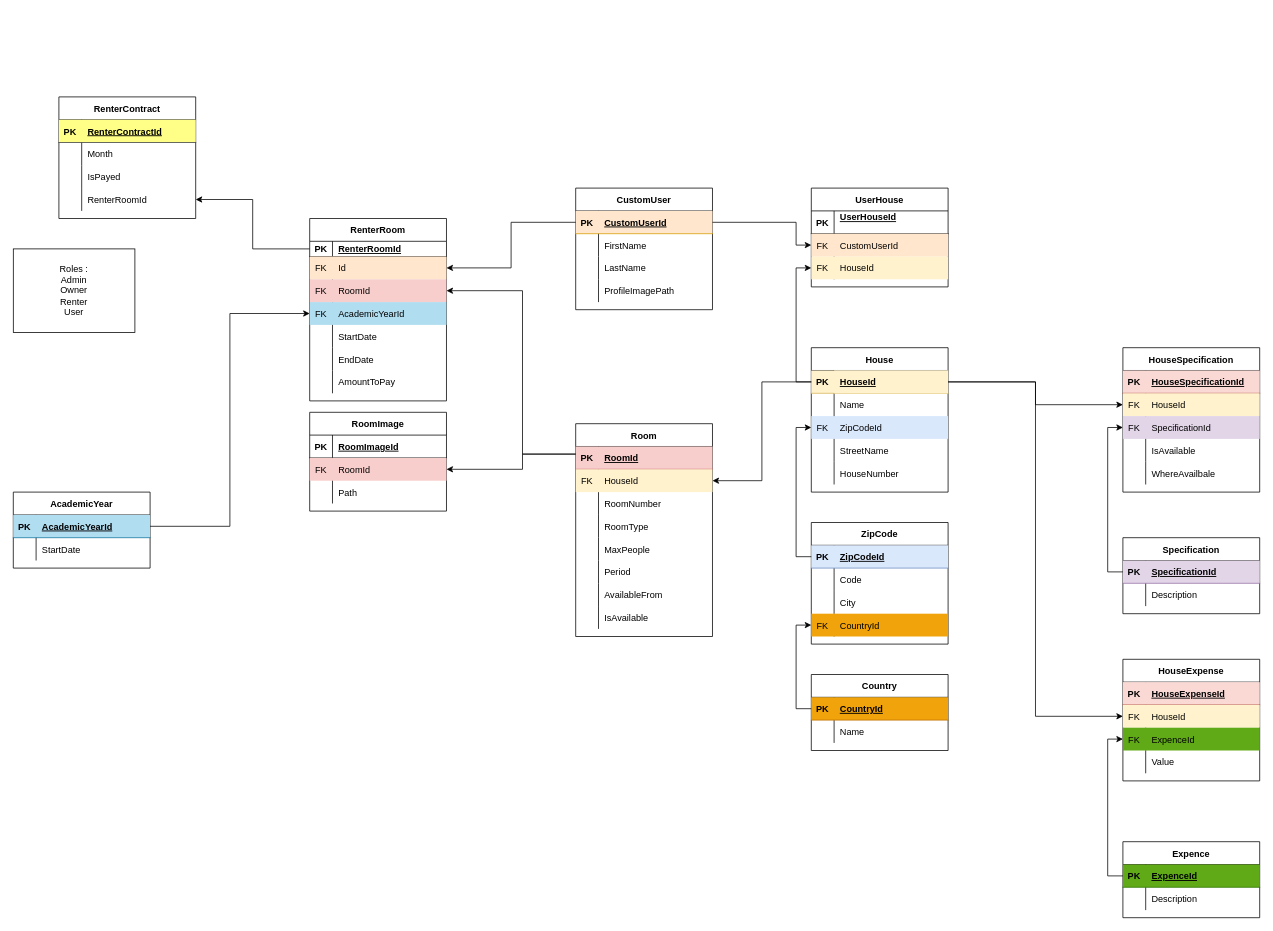
Before: skyko.drawio in Bakkar1/skykot, a draw.io diagram. Source tidied: cells renumbered, new cells numbered last; positions are measured from the earlier drawing's top-left corner, leaving out a move shared by most shapes. Both pictures are drawn from the tidied source at 76%, with x=0, y=0 at pixel (13, 97).
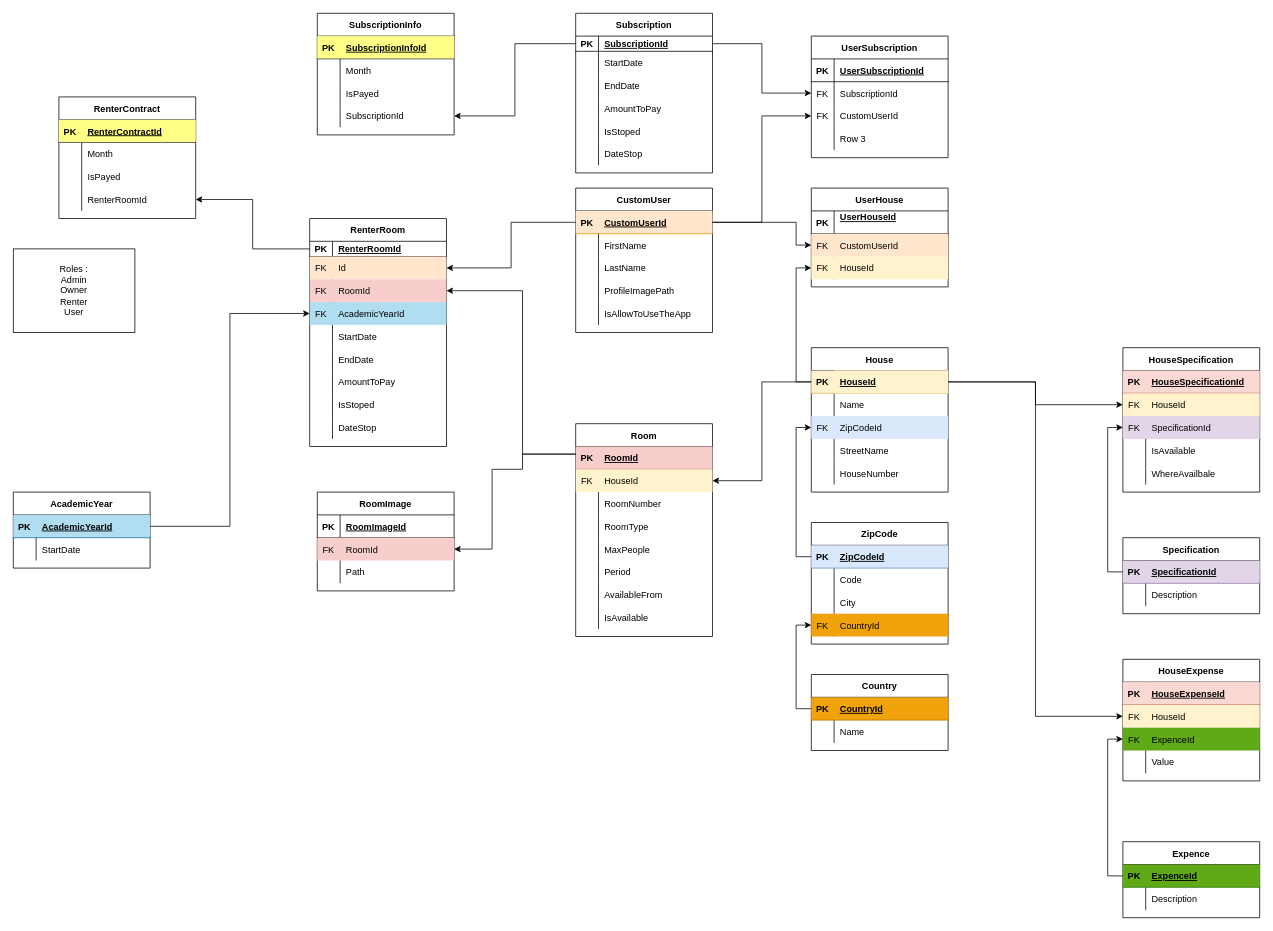
Above is the later version.

Unchanged cells that the change refers to:
```xml
<mxCell id="3" style="shape=tableRow;horizontal=0;startSize=0;swimlaneHead=0;swimlaneBody=0;fillColor=#ffe6cc;points=[[0,0.5],[1,0.5]];portConstraint=eastwest;top=0;left=0;right=0;bottom=1;strokeColor=#d79b00;" parent="2" vertex="1">
  <mxGeometry y="30" width="180" height="30" as="geometry" />
</mxCell>
<mxCell id="52" style="shape=tableRow;horizontal=0;startSize=0;swimlaneHead=0;swimlaneBody=0;fillColor=#f8cecc;points=[[0,0.5],[1,0.5]];portConstraint=eastwest;top=0;left=0;right=0;bottom=1;strokeColor=#b85450;" parent="51" vertex="1">
  <mxGeometry y="30" width="180" height="30" as="geometry" />
</mxCell>
<mxCell id="123" style="shape=tableRow;horizontal=0;startSize=0;swimlaneHead=0;swimlaneBody=0;fillColor=#f8cecc;points=[[0,0.5],[1,0.5]];portConstraint=eastwest;top=0;left=0;right=0;bottom=0;strokeColor=#b85450;" parent="119" vertex="1">
  <mxGeometry y="60" width="180" height="30" as="geometry" />
</mxCell>
```

Change to the diagram source:
```diff
@@
     <mxCell id="2" value="CustomUser" style="shape=table;startSize=30;childLayout=tableLayout;rowLines=0;fontStyle=1;align=center;" parent="1" vertex="1">
-      <mxGeometry x="740" y="120" width="180" height="160" as="geometry" />
+      <mxGeometry x="740" y="120" width="180" height="190" as="geometry" />
     </mxCell>
@@
+    <mxCell id="196" style="shape=tableRow;horizontal=0;startSize=0;swimlaneHead=0;swimlaneBody=0;fillColor=none;top=0;left=0;right=0;bottom=0;" parent="2" vertex="1">
+      <mxGeometry y="150" width="180" height="30" as="geometry" />
+    </mxCell>
+    <mxCell id="197" style="shape=partialRectangle;fillColor=none;top=0;left=0;bottom=0;right=0;overflow=hidden;" parent="196" vertex="1">
+      <mxGeometry width="30" height="30" as="geometry" />
+    </mxCell>
+    <mxCell id="198" value="IsAllowToUseTheApp" style="shape=partialRectangle;fillColor=none;top=0;left=0;bottom=0;right=0;align=left;spacingLeft=6;overflow=hidden;" parent="196" vertex="1">
+      <mxGeometry x="30" width="150" height="30" as="geometry" />
+    </mxCell>
@@
     <mxCell id="119" value="RoomImage" style="shape=table;startSize=30;childLayout=tableLayout;rowLines=0;fontStyle=1;align=center;" parent="1" vertex="1">
-      <mxGeometry x="390" y="415" width="180" height="130" as="geometry" />
+      <mxGeometry x="400" y="520" width="180" height="130" as="geometry" />
     </mxCell>
@@
     <mxCell id="130" value="RenterRoom" style="shape=table;startSize=30;childLayout=tableLayout;rowLines=0;fontStyle=1;align=center;" parent="1" vertex="1">
-      <mxGeometry x="390" y="160" width="180" height="240" as="geometry" />
+      <mxGeometry x="390" y="160" width="180" height="300" as="geometry" />
     </mxCell>
@@
+    <mxCell id="199" style="shape=tableRow;horizontal=0;startSize=0;swimlaneHead=0;swimlaneBody=0;fillColor=none;top=0;left=0;right=0;bottom=0;" parent="130" vertex="1">
+      <mxGeometry y="230" width="180" height="30" as="geometry" />
+    </mxCell>
+    <mxCell id="200" style="shape=partialRectangle;fillColor=none;top=0;left=0;bottom=0;right=0;overflow=hidden;" parent="199" vertex="1">
+      <mxGeometry width="30" height="30" as="geometry" />
+    </mxCell>
+    <mxCell id="201" value="IsStoped" style="shape=partialRectangle;fillColor=none;top=0;left=0;bottom=0;right=0;align=left;spacingLeft=6;overflow=hidden;" parent="199" vertex="1">
+      <mxGeometry x="30" width="150" height="30" as="geometry" />
+    </mxCell>
+    <mxCell id="202" style="shape=tableRow;horizontal=0;startSize=0;swimlaneHead=0;swimlaneBody=0;fillColor=none;top=0;left=0;right=0;bottom=0;" parent="130" vertex="1">
+      <mxGeometry y="260" width="180" height="30" as="geometry" />
+    </mxCell>
+    <mxCell id="203" style="shape=partialRectangle;fillColor=none;top=0;left=0;bottom=0;right=0;overflow=hidden;" parent="202" vertex="1">
+      <mxGeometry width="30" height="30" as="geometry" />
+    </mxCell>
+    <mxCell id="204" value="DateStop" style="shape=partialRectangle;fillColor=none;top=0;left=0;bottom=0;right=0;align=left;spacingLeft=6;overflow=hidden;" parent="202" vertex="1">
+      <mxGeometry x="30" width="150" height="30" as="geometry" />
+    </mxCell>
@@
     <mxCell id="173" style="edgeStyle=orthogonalEdgeStyle;rounded=0;jettySize=auto;html=1;" parent="1" edge="1" source="52" target="123">
       <mxGeometry relative="1" as="geometry">
         <Array as="points">
           <mxPoint x="670" y="470" />
           <mxPoint x="670" y="490" />
+          <mxPoint x="630" y="490" />
+          <mxPoint x="630" y="595" />
         </Array>
       </mxGeometry>
     </mxCell>
@@
+    <mxCell id="205" value="SubscriptionInfo" style="shape=table;startSize=30;childLayout=tableLayout;rowLines=0;fontStyle=1;align=center;" parent="1" vertex="1">
+      <mxGeometry x="400" y="-110" width="180" height="160" as="geometry" />
+    </mxCell>
+    <mxCell id="206" style="shape=tableRow;horizontal=0;startSize=0;swimlaneHead=0;swimlaneBody=0;fillColor=#ffff88;top=0;left=0;right=0;bottom=1;strokeColor=#36393d;" parent="205" vertex="1">
+      <mxGeometry y="30" width="180" height="30" as="geometry" />
+    </mxCell>
+    <mxCell id="207" value="PK" style="shape=partialRectangle;fillColor=none;top=0;left=0;bottom=0;right=0;fontStyle=1;overflow=hidden;" parent="206" vertex="1">
+      <mxGeometry width="30" height="30" as="geometry" />
+    </mxCell>
+    <mxCell id="208" value="SubscriptionInfoId" style="shape=partialRectangle;fillColor=none;top=0;left=0;bottom=0;right=0;align=left;spacingLeft=6;fontStyle=5;overflow=hidden;" parent="206" vertex="1">
+      <mxGeometry x="30" width="150" height="30" as="geometry" />
+    </mxCell>
+    <mxCell id="209" style="shape=tableRow;horizontal=0;startSize=0;swimlaneHead=0;swimlaneBody=0;fillColor=none;top=0;left=0;right=0;bottom=0;" parent="205" vertex="1">
+      <mxGeometry y="60" width="180" height="30" as="geometry" />
+    </mxCell>
+    <mxCell id="210" style="shape=partialRectangle;fillColor=none;top=0;left=0;bottom=0;right=0;overflow=hidden;" parent="209" vertex="1">
+      <mxGeometry width="30" height="30" as="geometry" />
+    </mxCell>
+    <mxCell id="211" value="Month" style="shape=partialRectangle;fillColor=none;top=0;left=0;bottom=0;right=0;align=left;spacingLeft=6;overflow=hidden;" parent="209" vertex="1">
+      <mxGeometry x="30" width="150" height="30" as="geometry" />
+    </mxCell>
+    <mxCell id="212" style="shape=tableRow;horizontal=0;startSize=0;swimlaneHead=0;swimlaneBody=0;fillColor=none;top=0;left=0;right=0;bottom=0;" parent="205" vertex="1">
+      <mxGeometry y="90" width="180" height="30" as="geometry" />
+    </mxCell>
+    <mxCell id="213" style="shape=partialRectangle;fillColor=none;top=0;left=0;bottom=0;right=0;overflow=hidden;" parent="212" vertex="1">
+      <mxGeometry width="30" height="30" as="geometry" />
+    </mxCell>
+    <mxCell id="214" value="IsPayed" style="shape=partialRectangle;fillColor=none;top=0;left=0;bottom=0;right=0;align=left;spacingLeft=6;overflow=hidden;" parent="212" vertex="1">
+      <mxGeometry x="30" width="150" height="30" as="geometry" />
+    </mxCell>
+    <mxCell id="215" style="shape=tableRow;horizontal=0;startSize=0;swimlaneHead=0;swimlaneBody=0;fillColor=none;points=[[0,0.5],[1,0.5]];portConstraint=eastwest;top=0;left=0;right=0;bottom=0;" parent="205" vertex="1">
+      <mxGeometry y="120" width="180" height="30" as="geometry" />
+    </mxCell>
+    <mxCell id="216" style="shape=partialRectangle;fillColor=none;top=0;left=0;bottom=0;right=0;overflow=hidden;" parent="215" vertex="1">
+      <mxGeometry width="30" height="30" as="geometry" />
+    </mxCell>
+    <mxCell id="217" value="SubscriptionId" style="shape=partialRectangle;fillColor=none;top=0;left=0;bottom=0;right=0;align=left;spacingLeft=6;overflow=hidden;" parent="215" vertex="1">
+      <mxGeometry x="30" width="150" height="30" as="geometry" />
+    </mxCell>
+    <mxCell id="218" value="UserSubscription" style="shape=table;startSize=30;childLayout=tableLayout;rowLines=0;fontStyle=1;align=center;" parent="1" vertex="1">
+      <mxGeometry x="1050" y="-80" width="180" height="160" as="geometry" />
+    </mxCell>
+    <mxCell id="219" style="shape=tableRow;horizontal=0;startSize=0;swimlaneHead=0;swimlaneBody=0;fillColor=none;top=0;left=0;right=0;bottom=1;" parent="218" vertex="1">
+      <mxGeometry y="30" width="180" height="30" as="geometry" />
+    </mxCell>
+    <mxCell id="220" value="PK" style="shape=partialRectangle;fillColor=none;top=0;left=0;bottom=0;right=0;fontStyle=1;overflow=hidden;" parent="219" vertex="1">
+      <mxGeometry width="30" height="30" as="geometry" />
+    </mxCell>
+    <mxCell id="221" value="UserSubscriptionId" style="shape=partialRectangle;fillColor=none;top=0;left=0;bottom=0;right=0;align=left;spacingLeft=6;fontStyle=5;overflow=hidden;" parent="219" vertex="1">
+      <mxGeometry x="30" width="150" height="30" as="geometry" />
+    </mxCell>
+    <mxCell id="222" style="shape=tableRow;horizontal=0;startSize=0;swimlaneHead=0;swimlaneBody=0;fillColor=none;points=[[0,0.5],[1,0.5]];portConstraint=eastwest;top=0;left=0;right=0;bottom=0;" parent="218" vertex="1">
+      <mxGeometry y="60" width="180" height="30" as="geometry" />
+    </mxCell>
+    <mxCell id="223" value="FK" style="shape=partialRectangle;fillColor=none;top=0;left=0;bottom=0;right=0;overflow=hidden;" parent="222" vertex="1">
+      <mxGeometry width="30" height="30" as="geometry" />
+    </mxCell>
+    <mxCell id="224" value="SubscriptionId" style="shape=partialRectangle;fillColor=none;top=0;left=0;bottom=0;right=0;align=left;spacingLeft=6;overflow=hidden;" parent="222" vertex="1">
+      <mxGeometry x="30" width="150" height="30" as="geometry" />
+    </mxCell>
+    <mxCell id="225" style="shape=tableRow;horizontal=0;startSize=0;swimlaneHead=0;swimlaneBody=0;fillColor=none;points=[[0,0.5],[1,0.5]];portConstraint=eastwest;top=0;left=0;right=0;bottom=0;" parent="218" vertex="1">
+      <mxGeometry y="90" width="180" height="30" as="geometry" />
+    </mxCell>
+    <mxCell id="226" value="FK" style="shape=partialRectangle;fillColor=none;top=0;left=0;bottom=0;right=0;overflow=hidden;" parent="225" vertex="1">
+      <mxGeometry width="30" height="30" as="geometry" />
+    </mxCell>
+    <mxCell id="227" value="CustomUserId" style="shape=partialRectangle;fillColor=none;top=0;left=0;bottom=0;right=0;align=left;spacingLeft=6;overflow=hidden;" parent="225" vertex="1">
+      <mxGeometry x="30" width="150" height="30" as="geometry" />
+    </mxCell>
+    <mxCell id="228" style="shape=tableRow;horizontal=0;startSize=0;swimlaneHead=0;swimlaneBody=0;fillColor=none;top=0;left=0;right=0;bottom=0;" parent="218" vertex="1">
+      <mxGeometry y="120" width="180" height="30" as="geometry" />
+    </mxCell>
+    <mxCell id="229" style="shape=partialRectangle;fillColor=none;top=0;left=0;bottom=0;right=0;overflow=hidden;" parent="228" vertex="1">
+      <mxGeometry width="30" height="30" as="geometry" />
+    </mxCell>
+    <mxCell id="230" value="Row 3" style="shape=partialRectangle;fillColor=none;top=0;left=0;bottom=0;right=0;align=left;spacingLeft=6;overflow=hidden;" parent="228" vertex="1">
+      <mxGeometry x="30" width="150" height="30" as="geometry" />
+    </mxCell>
+    <mxCell id="231" style="edgeStyle=orthogonalEdgeStyle;rounded=0;jettySize=auto;html=1;" parent="1" edge="1" source="3" target="225">
+      <mxGeometry relative="1" as="geometry" />
+    </mxCell>
+    <mxCell id="232" value="Subscription" style="shape=table;startSize=30;childLayout=tableLayout;rowLines=0;fontStyle=1;align=center;" parent="1" vertex="1">
+      <mxGeometry x="740" y="-110" width="180" height="210" as="geometry" />
+    </mxCell>
+    <mxCell id="233" style="shape=tableRow;horizontal=0;startSize=0;swimlaneHead=0;swimlaneBody=0;fillColor=none;points=[[0,0.5],[1,0.5]];portConstraint=eastwest;top=0;left=0;right=0;bottom=1;" parent="232" vertex="1">
+      <mxGeometry y="30" width="180" height="20" as="geometry" />
+    </mxCell>
+    <mxCell id="234" value="PK" style="shape=partialRectangle;fillColor=none;top=0;left=0;bottom=0;right=0;fontStyle=1;overflow=hidden;" parent="233" vertex="1">
+      <mxGeometry width="30" height="20" as="geometry" />
+    </mxCell>
+    <mxCell id="235" value="SubscriptionId" style="shape=partialRectangle;fillColor=none;top=0;left=0;bottom=0;right=0;align=left;spacingLeft=6;fontStyle=5;overflow=hidden;" parent="233" vertex="1">
+      <mxGeometry x="30" width="150" height="20" as="geometry" />
+    </mxCell>
+    <mxCell id="236" style="shape=tableRow;horizontal=0;startSize=0;swimlaneHead=0;swimlaneBody=0;fillColor=none;top=0;left=0;right=0;bottom=0;" parent="232" vertex="1">
+      <mxGeometry y="50" width="180" height="30" as="geometry" />
+    </mxCell>
+    <mxCell id="237" style="shape=partialRectangle;fillColor=none;top=0;left=0;bottom=0;right=0;overflow=hidden;" parent="236" vertex="1">
+      <mxGeometry width="30" height="30" as="geometry" />
+    </mxCell>
+    <mxCell id="238" value="StartDate" style="shape=partialRectangle;fillColor=none;top=0;left=0;bottom=0;right=0;align=left;spacingLeft=6;overflow=hidden;" parent="236" vertex="1">
+      <mxGeometry x="30" width="150" height="30" as="geometry" />
+    </mxCell>
+    <mxCell id="239" style="shape=tableRow;horizontal=0;startSize=0;swimlaneHead=0;swimlaneBody=0;fillColor=none;top=0;left=0;right=0;bottom=0;" parent="232" vertex="1">
+      <mxGeometry y="80" width="180" height="30" as="geometry" />
+    </mxCell>
+    <mxCell id="240" style="shape=partialRectangle;fillColor=none;top=0;left=0;bottom=0;right=0;overflow=hidden;" parent="239" vertex="1">
+      <mxGeometry width="30" height="30" as="geometry" />
+    </mxCell>
+    <mxCell id="241" value="EndDate" style="shape=partialRectangle;fillColor=none;top=0;left=0;bottom=0;right=0;align=left;spacingLeft=6;overflow=hidden;" parent="239" vertex="1">
+      <mxGeometry x="30" width="150" height="30" as="geometry" />
+    </mxCell>
+    <mxCell id="242" style="shape=tableRow;horizontal=0;startSize=0;swimlaneHead=0;swimlaneBody=0;fillColor=none;top=0;left=0;right=0;bottom=0;" parent="232" vertex="1">
+      <mxGeometry y="110" width="180" height="30" as="geometry" />
+    </mxCell>
+    <mxCell id="243" style="shape=partialRectangle;fillColor=none;top=0;left=0;bottom=0;right=0;overflow=hidden;" parent="242" vertex="1">
+      <mxGeometry width="30" height="30" as="geometry" />
+    </mxCell>
+    <mxCell id="244" value="AmountToPay" style="shape=partialRectangle;fillColor=none;top=0;left=0;bottom=0;right=0;align=left;spacingLeft=6;overflow=hidden;" parent="242" vertex="1">
+      <mxGeometry x="30" width="150" height="30" as="geometry" />
+    </mxCell>
+    <mxCell id="245" style="shape=tableRow;horizontal=0;startSize=0;swimlaneHead=0;swimlaneBody=0;fillColor=none;top=0;left=0;right=0;bottom=0;" parent="232" vertex="1">
+      <mxGeometry y="140" width="180" height="30" as="geometry" />
+    </mxCell>
+    <mxCell id="246" style="shape=partialRectangle;fillColor=none;top=0;left=0;bottom=0;right=0;overflow=hidden;" parent="245" vertex="1">
+      <mxGeometry width="30" height="30" as="geometry" />
+    </mxCell>
+    <mxCell id="247" value="IsStoped" style="shape=partialRectangle;fillColor=none;top=0;left=0;bottom=0;right=0;align=left;spacingLeft=6;overflow=hidden;" parent="245" vertex="1">
+      <mxGeometry x="30" width="150" height="30" as="geometry" />
+    </mxCell>
+    <mxCell id="248" style="shape=tableRow;horizontal=0;startSize=0;swimlaneHead=0;swimlaneBody=0;fillColor=none;top=0;left=0;right=0;bottom=0;" parent="232" vertex="1">
+      <mxGeometry y="170" width="180" height="30" as="geometry" />
+    </mxCell>
+    <mxCell id="249" style="shape=partialRectangle;fillColor=none;top=0;left=0;bottom=0;right=0;overflow=hidden;" parent="248" vertex="1">
+      <mxGeometry width="30" height="30" as="geometry" />
+    </mxCell>
+    <mxCell id="250" value="DateStop" style="shape=partialRectangle;fillColor=none;top=0;left=0;bottom=0;right=0;align=left;spacingLeft=6;overflow=hidden;" parent="248" vertex="1">
+      <mxGeometry x="30" width="150" height="30" as="geometry" />
+    </mxCell>
+    <mxCell id="251" style="edgeStyle=orthogonalEdgeStyle;rounded=0;jettySize=auto;html=1;entryX=1;entryY=0.5;entryDx=0;entryDy=0;" parent="1" edge="1" source="233" target="215">
+      <mxGeometry relative="1" as="geometry" />
+    </mxCell>
+    <mxCell id="252" style="edgeStyle=orthogonalEdgeStyle;rounded=0;jettySize=auto;html=1;entryX=0;entryY=0.5;entryDx=0;entryDy=0;" parent="1" edge="1" source="233" target="222">
+      <mxGeometry relative="1" as="geometry" />
+    </mxCell>
```
